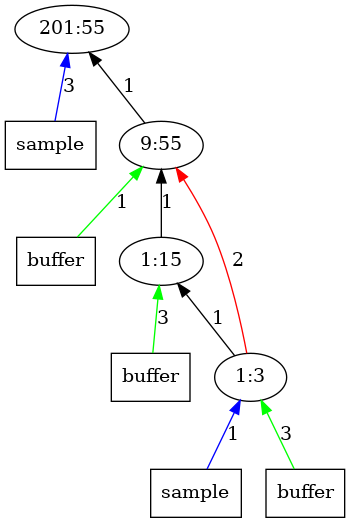
The Graphviz diagram outputImages/op55.png.png in AbhikKhan/MTP_IITG, before a commit. Its source is kept beside it as outputTrees/op55.dot.
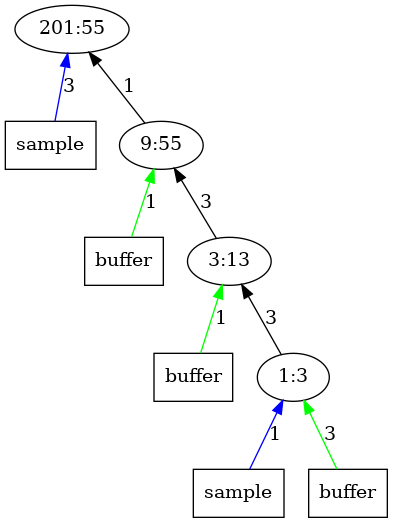
The same diagram one commit later.

Change to the diagram source:
```diff
@@ -3,16 +3,15 @@
 	x11 -> 1 [label = "3", color = "blue"];
 	x11 [label = "sample", shape = "box"];
 	1 [label = "201:55"];
+	2 -> 1 [label = "1", color = "black"];
 	x22 -> 2 [label = "1", color = "green"];
 	x22 [label = "buffer", shape = "box"];
-	2 -> 1 [label = "1", color = "black"];
 	2 [label = "9:55"];
-	x32 -> 3 [label = "3", color = "green"];
+	3 -> 2 [label = "3", color = "black"];
+	x32 -> 3 [label = "1", color = "green"];
 	x32 [label = "buffer", shape = "box"];
-	3 -> 2 [label = "1", color = "black"];
-	3 [label = "1:15"];
-	4 -> 3 [label = "1", color = "black"];
-	4 -> 2 [label = "2", color = "red"];
+	3 [label = "3:13"];
+	4 -> 3 [label = "3", color = "black"];
 	x41 -> 4 [label = "1", color = "blue"];
 	x41 [label = "sample", shape = "box"];
 	x42 -> 4 [label = "3", color = "green"];
```
